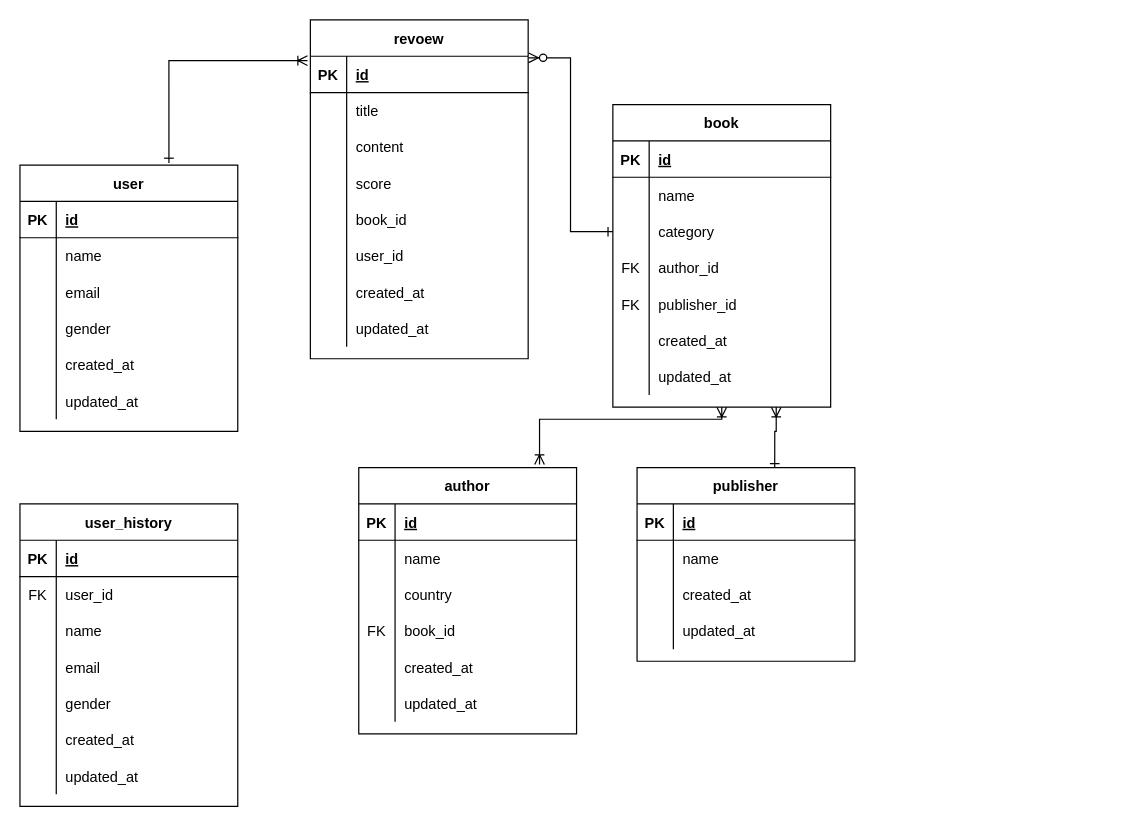
SimKyunam/fastcampus-jpa-bookmanager keeps this draw.io diagram as Untitled Diagram.drawio. Above is the earlier version. Source tidied: cells renumbered, new cells numbered last; positions are measured from the earlier drawing's top-left corner, leaving out a move shared by most shapes. Both pictures are drawn from the tidied source at 121%, with x=0, y=0 at pixel (19, 19).
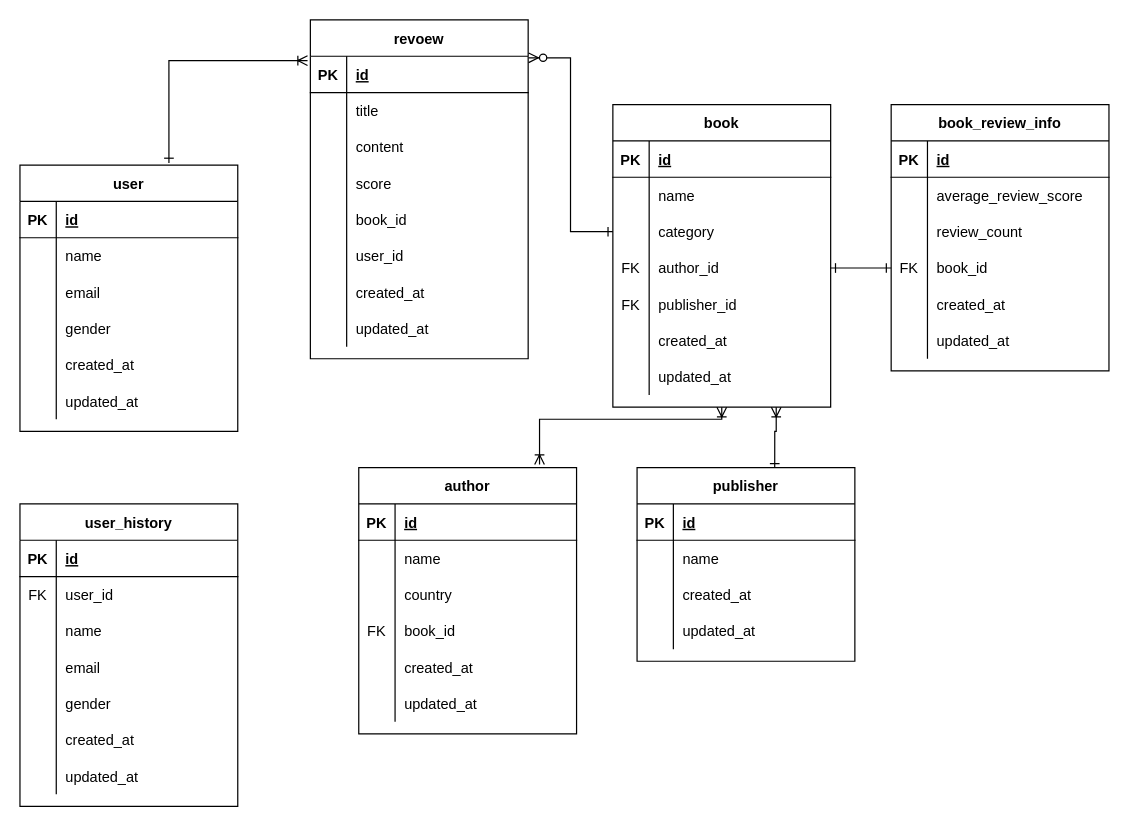
The same diagram, later.

The change refers to these unchanged cells:
```xml
<mxCell id="54" style="shape=partialRectangle;fillColor=none;top=0;left=0;bottom=0;right=0;points=[[0,0.5],[1,0.5]];portConstraint=eastwest;" parent="44" vertex="1">
  <mxGeometry y="120" width="180" height="30" as="geometry" />
</mxCell>
```

Diff of the diagram source:
```diff
@@
+    <mxCell id="126" value="book_review_info" style="shape=table;startSize=30;childLayout=tableLayout;rowLines=0;fontStyle=1;align=center;" parent="1" vertex="1">
+      <mxGeometry x="720" y="70" width="180" height="220" as="geometry" />
+    </mxCell>
+    <mxCell id="127" style="shape=partialRectangle;fillColor=none;top=0;left=0;bottom=1;right=0;" parent="126" vertex="1">
+      <mxGeometry y="30" width="180" height="30" as="geometry" />
+    </mxCell>
+    <mxCell id="128" value="PK" style="shape=partialRectangle;fillColor=none;top=0;left=0;bottom=0;right=0;fontStyle=1;overflow=hidden;" parent="127" vertex="1">
+      <mxGeometry width="30" height="30" as="geometry" />
+    </mxCell>
+    <mxCell id="129" value="id" style="shape=partialRectangle;fillColor=none;top=0;left=0;bottom=0;right=0;align=left;spacingLeft=6;fontStyle=5;overflow=hidden;" parent="127" vertex="1">
+      <mxGeometry x="30" width="150" height="30" as="geometry" />
+    </mxCell>
+    <mxCell id="130" style="shape=partialRectangle;fillColor=none;top=0;left=0;bottom=0;right=0;" parent="126" vertex="1">
+      <mxGeometry y="60" width="180" height="30" as="geometry" />
+    </mxCell>
+    <mxCell id="131" style="shape=partialRectangle;fillColor=none;top=0;left=0;bottom=0;right=0;overflow=hidden;" parent="130" vertex="1">
+      <mxGeometry width="30" height="30" as="geometry" />
+    </mxCell>
+    <mxCell id="132" value="average_review_score" style="shape=partialRectangle;fillColor=none;top=0;left=0;bottom=0;right=0;align=left;spacingLeft=6;overflow=hidden;" parent="130" vertex="1">
+      <mxGeometry x="30" width="150" height="30" as="geometry" />
+    </mxCell>
+    <mxCell id="133" style="shape=partialRectangle;fillColor=none;top=0;left=0;bottom=0;right=0;" parent="126" vertex="1">
+      <mxGeometry y="90" width="180" height="30" as="geometry" />
+    </mxCell>
+    <mxCell id="134" style="shape=partialRectangle;fillColor=none;top=0;left=0;bottom=0;right=0;overflow=hidden;" parent="133" vertex="1">
+      <mxGeometry width="30" height="30" as="geometry" />
+    </mxCell>
+    <mxCell id="135" value="review_count" style="shape=partialRectangle;fillColor=none;top=0;left=0;bottom=0;right=0;align=left;spacingLeft=6;overflow=hidden;" parent="133" vertex="1">
+      <mxGeometry x="30" width="150" height="30" as="geometry" />
+    </mxCell>
+    <mxCell id="136" style="shape=partialRectangle;fillColor=none;top=0;left=0;bottom=0;right=0;points=[[0,0.5],[1,0.5]];portConstraint=eastwest;" parent="126" vertex="1">
+      <mxGeometry y="120" width="180" height="30" as="geometry" />
+    </mxCell>
+    <mxCell id="137" value="FK" style="shape=partialRectangle;fillColor=none;top=0;left=0;bottom=0;right=0;overflow=hidden;" parent="136" vertex="1">
+      <mxGeometry width="30" height="30" as="geometry" />
+    </mxCell>
+    <mxCell id="138" value="book_id" style="shape=partialRectangle;fillColor=none;top=0;left=0;bottom=0;right=0;align=left;spacingLeft=6;overflow=hidden;" parent="136" vertex="1">
+      <mxGeometry x="30" width="150" height="30" as="geometry" />
+    </mxCell>
+    <mxCell id="139" style="shape=partialRectangle;fillColor=none;top=0;left=0;bottom=0;right=0;" parent="126" vertex="1">
+      <mxGeometry y="150" width="180" height="30" as="geometry" />
+    </mxCell>
+    <mxCell id="140" style="shape=partialRectangle;fillColor=none;top=0;left=0;bottom=0;right=0;overflow=hidden;" parent="139" vertex="1">
+      <mxGeometry width="30" height="30" as="geometry" />
+    </mxCell>
+    <mxCell id="141" value="created_at" style="shape=partialRectangle;fillColor=none;top=0;left=0;bottom=0;right=0;align=left;spacingLeft=6;overflow=hidden;" parent="139" vertex="1">
+      <mxGeometry x="30" width="150" height="30" as="geometry" />
+    </mxCell>
+    <mxCell id="142" style="shape=partialRectangle;fillColor=none;top=0;left=0;bottom=0;right=0;" parent="126" vertex="1">
+      <mxGeometry y="180" width="180" height="30" as="geometry" />
+    </mxCell>
+    <mxCell id="143" style="shape=partialRectangle;fillColor=none;top=0;left=0;bottom=0;right=0;overflow=hidden;" parent="142" vertex="1">
+      <mxGeometry width="30" height="30" as="geometry" />
+    </mxCell>
+    <mxCell id="144" value="updated_at" style="shape=partialRectangle;fillColor=none;top=0;left=0;bottom=0;right=0;align=left;spacingLeft=6;overflow=hidden;" parent="142" vertex="1">
+      <mxGeometry x="30" width="150" height="30" as="geometry" />
+    </mxCell>
+    <mxCell id="145" style="edgeStyle=orthogonalEdgeStyle;rounded=0;jettySize=auto;html=1;exitX=1;exitY=0.5;exitDx=0;exitDy=0;entryX=0;entryY=0.5;entryDx=0;entryDy=0;startArrow=ERone;startFill=0;endArrow=ERone;endFill=0;" parent="1" edge="1" source="54" target="136">
+      <mxGeometry relative="1" as="geometry" />
+    </mxCell>
```
